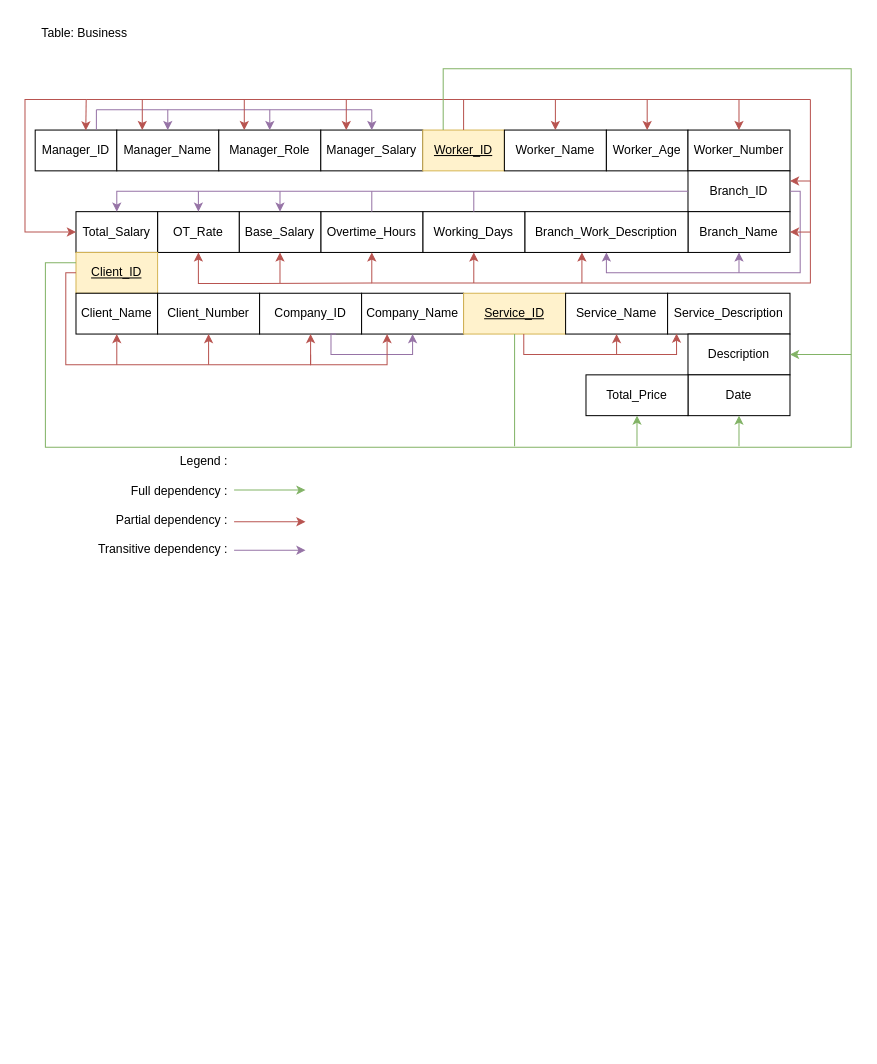
Before: normalizationWIA2001assg.drawio in justn0thinghere/drawio, a draw.io diagram. Source tidied: cells renumbered, new cells numbered last; positions are measured from the earlier drawing's top-left corner, leaving out a move shared by most shapes. Both pictures are drawn from the tidied source at 102%, with x=0, y=0 at pixel (24, 17).
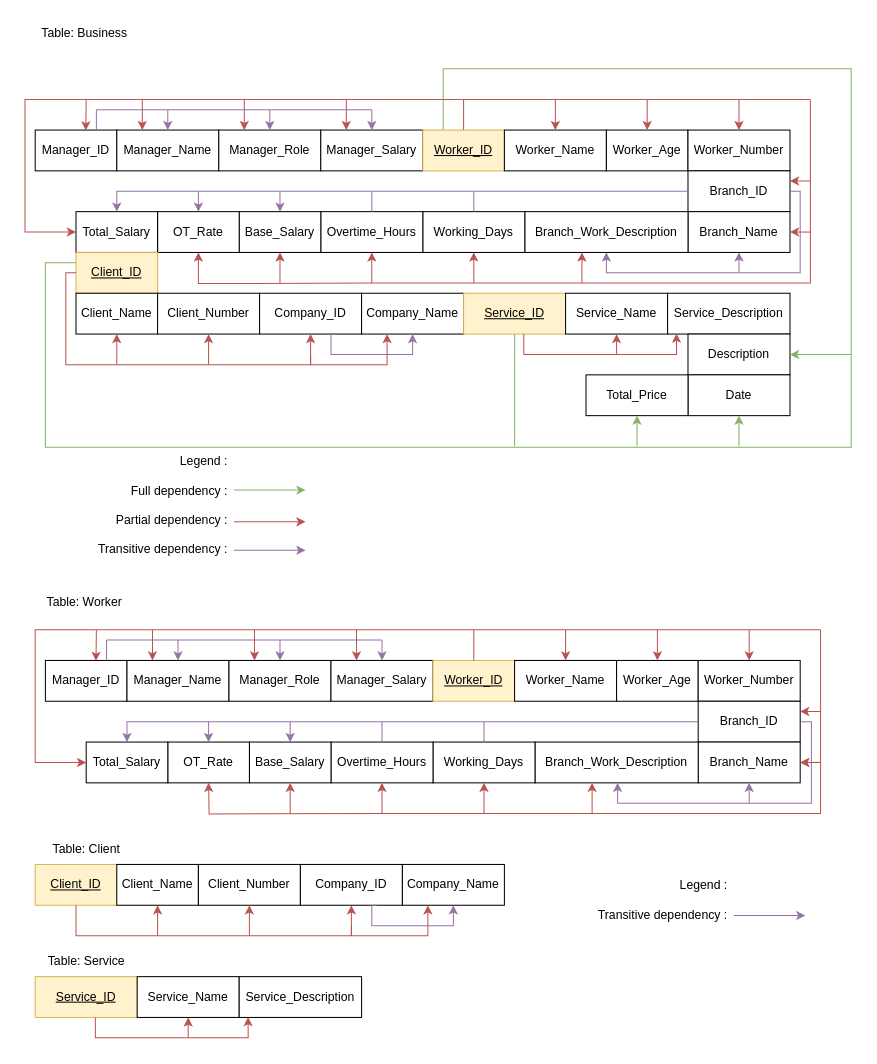
Above is the later version.

The edit, as a diff of the source:
```diff
@@
+    <mxCell id="76" value="Manager_ID" style="rounded=0;whiteSpace=wrap;html=1;" parent="1" vertex="1">
+      <mxGeometry x="20" y="630" width="80" height="40" as="geometry" />
+    </mxCell>
+    <mxCell id="77" value="Manager_Name" style="rounded=0;whiteSpace=wrap;html=1;" parent="1" vertex="1">
+      <mxGeometry x="100" y="630" width="100" height="40" as="geometry" />
+    </mxCell>
+    <mxCell id="78" value="Manager_Role" style="rounded=0;whiteSpace=wrap;html=1;" parent="1" vertex="1">
+      <mxGeometry x="200" y="630" width="100" height="40" as="geometry" />
+    </mxCell>
+    <mxCell id="79" value="Manager_Salary" style="rounded=0;whiteSpace=wrap;html=1;" parent="1" vertex="1">
+      <mxGeometry x="300" y="630" width="100" height="40" as="geometry" />
+    </mxCell>
+    <mxCell id="80" value="&lt;u&gt;Worker_ID&lt;/u&gt;" style="rounded=0;whiteSpace=wrap;html=1;fillColor=#fff2cc;strokeColor=#d6b656;" parent="1" vertex="1">
+      <mxGeometry x="400" y="630" width="80" height="40" as="geometry" />
+    </mxCell>
+    <mxCell id="81" value="Worker_Name" style="rounded=0;whiteSpace=wrap;html=1;" parent="1" vertex="1">
+      <mxGeometry x="480" y="630" width="100" height="40" as="geometry" />
+    </mxCell>
+    <mxCell id="82" value="Worker_Age" style="rounded=0;whiteSpace=wrap;html=1;" parent="1" vertex="1">
+      <mxGeometry x="580" y="630" width="80" height="40" as="geometry" />
+    </mxCell>
+    <mxCell id="83" value="Worker_Number" style="rounded=0;whiteSpace=wrap;html=1;" parent="1" vertex="1">
+      <mxGeometry x="660" y="630" width="100" height="40" as="geometry" />
+    </mxCell>
+    <mxCell id="84" value="Branch_ID" style="rounded=0;whiteSpace=wrap;html=1;" parent="1" vertex="1">
+      <mxGeometry x="660" y="670" width="100" height="40" as="geometry" />
+    </mxCell>
+    <mxCell id="85" value="Branch_Name" style="rounded=0;whiteSpace=wrap;html=1;" parent="1" vertex="1">
+      <mxGeometry x="660" y="710" width="100" height="40" as="geometry" />
+    </mxCell>
+    <mxCell id="86" value="Branch_Work_Description" style="rounded=0;whiteSpace=wrap;html=1;" parent="1" vertex="1">
+      <mxGeometry x="500" y="710" width="160" height="40" as="geometry" />
+    </mxCell>
+    <mxCell id="87" value="Working_Days" style="rounded=0;whiteSpace=wrap;html=1;" parent="1" vertex="1">
+      <mxGeometry x="400" y="710" width="100" height="40" as="geometry" />
+    </mxCell>
+    <mxCell id="88" value="Overtime_Hours" style="rounded=0;whiteSpace=wrap;html=1;" parent="1" vertex="1">
+      <mxGeometry x="300" y="710" width="100" height="40" as="geometry" />
+    </mxCell>
+    <mxCell id="89" value="Base_Salary" style="rounded=0;whiteSpace=wrap;html=1;" parent="1" vertex="1">
+      <mxGeometry x="220" y="710" width="80" height="40" as="geometry" />
+    </mxCell>
+    <mxCell id="90" value="OT_Rate" style="rounded=0;whiteSpace=wrap;html=1;" parent="1" vertex="1">
+      <mxGeometry x="140" y="710" width="80" height="40" as="geometry" />
+    </mxCell>
+    <mxCell id="91" value="Total_Salary" style="rounded=0;whiteSpace=wrap;html=1;" parent="1" vertex="1">
+      <mxGeometry x="60" y="710" width="80" height="40" as="geometry" />
+    </mxCell>
+    <mxCell id="92" style="endArrow=none;html=1;rounded=0;fillColor=#e1d5e7;strokeColor=#9673a6;" parent="1" edge="1">
+      <mxGeometry relative="1" as="geometry">
+        <mxPoint x="80" y="610" as="sourcePoint" />
+        <mxPoint x="350" y="610" as="targetPoint" />
+      </mxGeometry>
+    </mxCell>
+    <mxCell id="93" style="endArrow=none;html=1;rounded=0;fillColor=#e1d5e7;strokeColor=#9673a6;exitX=0.75;exitY=0;exitDx=0;exitDy=0;" parent="1" edge="1" source="76">
+      <mxGeometry relative="1" as="geometry">
+        <mxPoint x="80" y="610" as="targetPoint" />
+      </mxGeometry>
+    </mxCell>
+    <mxCell id="94" style="endArrow=classic;html=1;rounded=0;entryX=0.5;entryY=0;entryDx=0;entryDy=0;fillColor=#e1d5e7;strokeColor=#9673a6;" parent="1" edge="1" target="77">
+      <mxGeometry relative="1" as="geometry">
+        <mxPoint x="150" y="610" as="sourcePoint" />
+      </mxGeometry>
+    </mxCell>
+    <mxCell id="95" style="endArrow=classic;html=1;rounded=0;entryX=0.5;entryY=0;entryDx=0;entryDy=0;fillColor=#e1d5e7;strokeColor=#9673a6;" parent="1" edge="1" target="78">
+      <mxGeometry relative="1" as="geometry">
+        <mxPoint x="250" y="610" as="sourcePoint" />
+      </mxGeometry>
+    </mxCell>
+    <mxCell id="96" style="endArrow=classic;html=1;rounded=0;entryX=0.5;entryY=0;entryDx=0;entryDy=0;fillColor=#e1d5e7;strokeColor=#9673a6;" parent="1" edge="1" target="79">
+      <mxGeometry relative="1" as="geometry">
+        <mxPoint x="350" y="610" as="sourcePoint" />
+      </mxGeometry>
+    </mxCell>
+    <mxCell id="97" style="endArrow=none;html=1;rounded=0;fillColor=#f8cecc;strokeColor=#b85450;" parent="1" edge="1">
+      <mxGeometry relative="1" as="geometry">
+        <mxPoint x="70" y="600" as="sourcePoint" />
+        <mxPoint x="780" y="600" as="targetPoint" />
+      </mxGeometry>
+    </mxCell>
+    <mxCell id="98" style="endArrow=classic;html=1;rounded=0;entryX=0.62;entryY=0.01;entryDx=0;entryDy=0;entryPerimeter=0;fillColor=#f8cecc;strokeColor=#b85450;" parent="1" edge="1" target="76">
+      <mxGeometry relative="1" as="geometry">
+        <mxPoint x="70" y="600" as="sourcePoint" />
+      </mxGeometry>
+    </mxCell>
+    <mxCell id="99" style="endArrow=none;html=1;rounded=0;exitX=0.5;exitY=0;exitDx=0;exitDy=0;fillColor=#f8cecc;strokeColor=#b85450;" parent="1" edge="1" source="80">
+      <mxGeometry relative="1" as="geometry">
+        <mxPoint x="440" y="600" as="targetPoint" />
+      </mxGeometry>
+    </mxCell>
+    <mxCell id="100" style="endArrow=classic;html=1;rounded=0;entryX=0.5;entryY=0;entryDx=0;entryDy=0;fillColor=#f8cecc;strokeColor=#b85450;" parent="1" edge="1" target="81">
+      <mxGeometry relative="1" as="geometry">
+        <mxPoint x="530" y="600" as="sourcePoint" />
+      </mxGeometry>
+    </mxCell>
+    <mxCell id="101" style="endArrow=classic;html=1;rounded=0;entryX=0.5;entryY=0;entryDx=0;entryDy=0;fillColor=#f8cecc;strokeColor=#b85450;" parent="1" edge="1" target="82">
+      <mxGeometry relative="1" as="geometry">
+        <mxPoint x="620" y="600" as="sourcePoint" />
+      </mxGeometry>
+    </mxCell>
+    <mxCell id="102" style="endArrow=classic;html=1;rounded=0;fillColor=#f8cecc;strokeColor=#b85450;" parent="1" edge="1" target="83">
+      <mxGeometry relative="1" as="geometry">
+        <mxPoint x="710" y="600" as="sourcePoint" />
+      </mxGeometry>
+    </mxCell>
+    <mxCell id="103" style="endArrow=classic;html=1;rounded=0;fillColor=#f8cecc;strokeColor=#b85450;edgeStyle=orthogonalEdgeStyle;entryX=1;entryY=0.25;entryDx=0;entryDy=0;" parent="1" edge="1" target="84">
+      <mxGeometry relative="1" as="geometry">
+        <mxPoint x="780" y="600" as="sourcePoint" />
+        <Array as="points">
+          <mxPoint x="780" y="680" />
+        </Array>
+      </mxGeometry>
+    </mxCell>
+    <mxCell id="104" style="endArrow=classic;html=1;rounded=0;entryX=0.5;entryY=0;entryDx=0;entryDy=0;fillColor=#e1d5e7;strokeColor=#9673a6;exitX=0;exitY=0.5;exitDx=0;exitDy=0;edgeStyle=orthogonalEdgeStyle;" parent="1" edge="1" source="84" target="91">
+      <mxGeometry relative="1" as="geometry">
+        <Array as="points">
+          <mxPoint x="100" y="690" />
+        </Array>
+      </mxGeometry>
+    </mxCell>
+    <mxCell id="105" style="endArrow=none;html=1;rounded=0;fillColor=#e1d5e7;strokeColor=#9673a6;" parent="1" edge="1" source="88">
+      <mxGeometry relative="1" as="geometry">
+        <mxPoint x="350" y="690" as="targetPoint" />
+      </mxGeometry>
+    </mxCell>
+    <mxCell id="106" style="endArrow=none;html=1;rounded=0;fillColor=#e1d5e7;strokeColor=#9673a6;exitX=0.5;exitY=0;exitDx=0;exitDy=0;" parent="1" edge="1" source="87">
+      <mxGeometry relative="1" as="geometry">
+        <mxPoint x="450" y="690" as="targetPoint" />
+      </mxGeometry>
+    </mxCell>
+    <mxCell id="107" style="endArrow=classic;html=1;rounded=0;entryX=0.5;entryY=0;entryDx=0;entryDy=0;fillColor=#e1d5e7;strokeColor=#9673a6;" parent="1" edge="1" target="90">
+      <mxGeometry relative="1" as="geometry">
+        <mxPoint x="180" y="690" as="sourcePoint" />
+      </mxGeometry>
+    </mxCell>
+    <mxCell id="108" style="endArrow=classic;html=1;rounded=0;entryX=0.5;entryY=0;entryDx=0;entryDy=0;fillColor=#e1d5e7;strokeColor=#9673a6;" parent="1" edge="1" target="89">
+      <mxGeometry relative="1" as="geometry">
+        <mxPoint x="260" y="690" as="sourcePoint" />
+      </mxGeometry>
+    </mxCell>
+    <mxCell id="109" style="endArrow=classic;html=1;rounded=0;entryX=1;entryY=0.5;entryDx=0;entryDy=0;fillColor=#f8cecc;strokeColor=#b85450;" parent="1" edge="1" target="85">
+      <mxGeometry relative="1" as="geometry">
+        <mxPoint x="780" y="730" as="sourcePoint" />
+      </mxGeometry>
+    </mxCell>
+    <mxCell id="110" style="endArrow=classic;html=1;rounded=0;entryX=0;entryY=0.5;entryDx=0;entryDy=0;edgeStyle=orthogonalEdgeStyle;fillColor=#f8cecc;strokeColor=#b85450;" parent="1" edge="1" target="91">
+      <mxGeometry relative="1" as="geometry">
+        <mxPoint x="70" y="600" as="sourcePoint" />
+        <Array as="points">
+          <mxPoint x="10" y="600" />
+          <mxPoint x="10" y="730" />
+        </Array>
+      </mxGeometry>
+    </mxCell>
+    <mxCell id="111" style="endArrow=classic;html=1;rounded=0;entryX=0.25;entryY=0;entryDx=0;entryDy=0;fillColor=#f8cecc;strokeColor=#b85450;" parent="1" edge="1" target="77">
+      <mxGeometry relative="1" as="geometry">
+        <mxPoint x="125" y="600" as="sourcePoint" />
+      </mxGeometry>
+    </mxCell>
+    <mxCell id="112" style="endArrow=classic;html=1;rounded=0;entryX=0.25;entryY=0;entryDx=0;entryDy=0;fillColor=#f8cecc;strokeColor=#b85450;" parent="1" edge="1" target="78">
+      <mxGeometry relative="1" as="geometry">
+        <mxPoint x="225" y="600" as="sourcePoint" />
+      </mxGeometry>
+    </mxCell>
+    <mxCell id="113" style="endArrow=classic;html=1;rounded=0;entryX=0.25;entryY=0;entryDx=0;entryDy=0;fillColor=#f8cecc;strokeColor=#b85450;" parent="1" edge="1" target="79">
+      <mxGeometry relative="1" as="geometry">
+        <mxPoint x="325" y="600" as="sourcePoint" />
+      </mxGeometry>
+    </mxCell>
+    <mxCell id="114" value="Table: Worker" style="text;html=1;align=center;verticalAlign=middle;strokeColor=none;fillColor=none;" parent="1" vertex="1">
+      <mxGeometry x="8" y="558" width="100" height="30" as="geometry" />
+    </mxCell>
+    <mxCell id="115" style="endArrow=classic;html=1;rounded=0;entryX=0.5;entryY=1;entryDx=0;entryDy=0;fillColor=#e1d5e7;strokeColor=#9673a6;" parent="1" edge="1">
+      <mxGeometry relative="1" as="geometry">
+        <mxPoint x="710" y="770" as="sourcePoint" />
+        <mxPoint x="710" y="750" as="targetPoint" />
+      </mxGeometry>
+    </mxCell>
+    <mxCell id="116" style="endArrow=classic;html=1;rounded=0;entryX=0.5;entryY=1;entryDx=0;entryDy=0;fillColor=#f8cecc;strokeColor=#b85450;" parent="1" edge="1">
+      <mxGeometry relative="1" as="geometry">
+        <mxPoint x="450" y="780" as="sourcePoint" />
+        <mxPoint x="450" y="750" as="targetPoint" />
+      </mxGeometry>
+    </mxCell>
+    <mxCell id="117" style="endArrow=classic;html=1;rounded=0;entryX=1;entryY=0.5;entryDx=0;entryDy=0;fillColor=#f8cecc;strokeColor=#b85450;" parent="1" edge="1">
+      <mxGeometry relative="1" as="geometry">
+        <mxPoint x="780" y="730" as="sourcePoint" />
+        <mxPoint x="760" y="730" as="targetPoint" />
+      </mxGeometry>
+    </mxCell>
+    <mxCell id="118" style="endArrow=classic;html=1;rounded=0;fillColor=#f8cecc;strokeColor=#b85450;" parent="1" edge="1">
+      <mxGeometry relative="1" as="geometry">
+        <mxPoint x="556" y="780" as="sourcePoint" />
+        <mxPoint x="556" y="750" as="targetPoint" />
+      </mxGeometry>
+    </mxCell>
+    <mxCell id="119" style="endArrow=classic;html=1;rounded=0;edgeStyle=orthogonalEdgeStyle;entryX=0.5;entryY=1;entryDx=0;entryDy=0;fillColor=#f8cecc;strokeColor=#b85450;" parent="1" edge="1">
+      <mxGeometry relative="1" as="geometry">
+        <mxPoint x="350" y="780" as="sourcePoint" />
+        <mxPoint x="180" y="750" as="targetPoint" />
+      </mxGeometry>
+    </mxCell>
+    <mxCell id="120" style="endArrow=classic;html=1;rounded=0;entryX=0.5;entryY=1;entryDx=0;entryDy=0;fillColor=#f8cecc;strokeColor=#b85450;" parent="1" edge="1">
+      <mxGeometry relative="1" as="geometry">
+        <mxPoint x="260" y="780" as="sourcePoint" />
+        <mxPoint x="260" y="750" as="targetPoint" />
+      </mxGeometry>
+    </mxCell>
+    <mxCell id="121" style="endArrow=classic;html=1;rounded=0;fillColor=#f8cecc;strokeColor=#b85450;edgeStyle=orthogonalEdgeStyle;entryX=0.5;entryY=1;entryDx=0;entryDy=0;" parent="1" edge="1">
+      <mxGeometry relative="1" as="geometry">
+        <mxPoint x="780" y="680" as="sourcePoint" />
+        <mxPoint x="350" y="750" as="targetPoint" />
+        <Array as="points">
+          <mxPoint x="780" y="780" />
+          <mxPoint x="350" y="780" />
+        </Array>
+      </mxGeometry>
+    </mxCell>
+    <mxCell id="122" style="endArrow=classic;html=1;rounded=0;entryX=0.5;entryY=1;entryDx=0;entryDy=0;fillColor=#e1d5e7;strokeColor=#9673a6;exitX=1;exitY=0.5;exitDx=0;exitDy=0;edgeStyle=orthogonalEdgeStyle;" parent="1" edge="1">
+      <mxGeometry relative="1" as="geometry">
+        <mxPoint x="761" y="690" as="sourcePoint" />
+        <mxPoint x="581" y="750" as="targetPoint" />
+        <Array as="points">
+          <mxPoint x="771" y="690" />
+          <mxPoint x="771" y="770" />
+          <mxPoint x="581" y="770" />
+        </Array>
+      </mxGeometry>
+    </mxCell>
+    <mxCell id="123" value="&lt;u&gt;Client_ID&lt;/u&gt;" style="rounded=0;whiteSpace=wrap;html=1;fillColor=#fff2cc;strokeColor=#d6b656;" parent="1" vertex="1">
+      <mxGeometry x="10" y="830" width="80" height="40" as="geometry" />
+    </mxCell>
+    <mxCell id="124" value="Client_Name" style="rounded=0;whiteSpace=wrap;html=1;" parent="1" vertex="1">
+      <mxGeometry x="90" y="830" width="80" height="40" as="geometry" />
+    </mxCell>
+    <mxCell id="125" value="Client_Number" style="rounded=0;whiteSpace=wrap;html=1;" parent="1" vertex="1">
+      <mxGeometry x="170" y="830" width="100" height="40" as="geometry" />
+    </mxCell>
+    <mxCell id="126" value="Company_ID" style="rounded=0;whiteSpace=wrap;html=1;" parent="1" vertex="1">
+      <mxGeometry x="270" y="830" width="100" height="40" as="geometry" />
+    </mxCell>
+    <mxCell id="127" value="Company_Name" style="rounded=0;whiteSpace=wrap;html=1;" parent="1" vertex="1">
+      <mxGeometry x="370" y="830" width="100" height="40" as="geometry" />
+    </mxCell>
+    <mxCell id="128" style="endArrow=classic;html=1;rounded=0;edgeStyle=orthogonalEdgeStyle;fillColor=#f8cecc;strokeColor=#b85450;exitX=0.5;exitY=1;exitDx=0;exitDy=0;entryX=0.5;entryY=1;entryDx=0;entryDy=0;" parent="1" edge="1" source="123" target="126">
+      <mxGeometry relative="1" as="geometry">
+        <Array as="points">
+          <mxPoint x="50" y="900" />
+          <mxPoint x="320" y="900" />
+        </Array>
+      </mxGeometry>
+    </mxCell>
+    <mxCell id="129" style="endArrow=classic;html=1;rounded=0;entryX=0.5;entryY=1;entryDx=0;entryDy=0;fillColor=#f8cecc;strokeColor=#b85450;" parent="1" edge="1" target="124">
+      <mxGeometry relative="1" as="geometry">
+        <mxPoint x="130" y="900" as="sourcePoint" />
+      </mxGeometry>
+    </mxCell>
+    <mxCell id="130" style="endArrow=classic;html=1;rounded=0;entryX=0.5;entryY=1;entryDx=0;entryDy=0;fillColor=#f8cecc;strokeColor=#b85450;" parent="1" edge="1" target="125">
+      <mxGeometry relative="1" as="geometry">
+        <mxPoint x="220" y="900" as="sourcePoint" />
+      </mxGeometry>
+    </mxCell>
+    <mxCell id="131" style="endArrow=classic;html=1;rounded=0;fillColor=#e1d5e7;strokeColor=#9673a6;edgeStyle=orthogonalEdgeStyle;entryX=0.5;entryY=1;entryDx=0;entryDy=0;exitX=0.75;exitY=1;exitDx=0;exitDy=0;" parent="1" edge="1" source="126" target="127">
+      <mxGeometry relative="1" as="geometry">
+        <Array as="points">
+          <mxPoint x="340" y="870" />
+          <mxPoint x="340" y="890" />
+          <mxPoint x="420" y="890" />
+        </Array>
+      </mxGeometry>
+    </mxCell>
+    <mxCell id="132" style="endArrow=classic;html=1;rounded=0;entryX=0.25;entryY=1;entryDx=0;entryDy=0;edgeStyle=orthogonalEdgeStyle;fillColor=#f8cecc;strokeColor=#b85450;" parent="1" edge="1" target="127">
+      <mxGeometry relative="1" as="geometry">
+        <mxPoint x="320" y="890" as="sourcePoint" />
+        <Array as="points">
+          <mxPoint x="320" y="900" />
+          <mxPoint x="395" y="900" />
+        </Array>
+      </mxGeometry>
+    </mxCell>
+    <mxCell id="133" value="Table: Client" style="text;html=1;align=center;verticalAlign=middle;strokeColor=none;fillColor=none;" parent="1" vertex="1">
+      <mxGeometry x="15" y="800" width="90" height="30" as="geometry" />
+    </mxCell>
+    <mxCell id="134" style="group;" parent="1" vertex="1">
+      <mxGeometry x="540" y="810" width="225" height="110" as="geometry" />
+    </mxCell>
+    <mxCell id="135" value="Legend :&lt;div&gt;&lt;div&gt;&lt;br&gt;&lt;/div&gt;&lt;div&gt;Transitive dependency :&lt;/div&gt;&lt;/div&gt;" style="text;html=1;align=right;verticalAlign=middle;strokeColor=none;fillColor=none;" parent="134" vertex="1">
+      <mxGeometry y="25" width="150" height="60" as="geometry" />
+    </mxCell>
+    <mxCell id="136" style="endArrow=classic;html=1;rounded=0;fillColor=#e1d5e7;strokeColor=#9673a6;" parent="134" edge="1">
+      <mxGeometry relative="1" as="geometry">
+        <mxPoint x="155" y="70" as="sourcePoint" />
+        <mxPoint x="225" y="70" as="targetPoint" />
+      </mxGeometry>
+    </mxCell>
+    <mxCell id="137" value="&lt;u&gt;Service_ID&lt;/u&gt;" style="rounded=0;whiteSpace=wrap;html=1;fillColor=#fff2cc;strokeColor=#d6b656;" parent="1" vertex="1">
+      <mxGeometry x="10" y="940" width="100" height="40" as="geometry" />
+    </mxCell>
+    <mxCell id="138" value="Service_Name" style="rounded=0;whiteSpace=wrap;html=1;" parent="1" vertex="1">
+      <mxGeometry x="110" y="940" width="100" height="40" as="geometry" />
+    </mxCell>
+    <mxCell id="139" value="Service_Description" style="rounded=0;whiteSpace=wrap;html=1;" parent="1" vertex="1">
+      <mxGeometry x="210" y="940" width="120" height="40" as="geometry" />
+    </mxCell>
+    <mxCell id="140" style="endArrow=classic;html=1;rounded=0;edgeStyle=orthogonalEdgeStyle;fillColor=#f8cecc;strokeColor=#b85450;entryX=0.073;entryY=0.99;entryDx=0;entryDy=0;entryPerimeter=0;" parent="1" edge="1" target="139">
+      <mxGeometry relative="1" as="geometry">
+        <mxPoint x="69" y="980" as="sourcePoint" />
+        <Array as="points">
+          <mxPoint x="69" y="1000" />
+          <mxPoint x="219" y="1000" />
+        </Array>
+      </mxGeometry>
+    </mxCell>
+    <mxCell id="141" style="endArrow=classic;html=1;rounded=0;fillColor=#f8cecc;strokeColor=#b85450;entryX=0.5;entryY=1;entryDx=0;entryDy=0;" parent="1" edge="1" target="138">
+      <mxGeometry relative="1" as="geometry">
+        <mxPoint x="160" y="1000" as="sourcePoint" />
+      </mxGeometry>
+    </mxCell>
+    <mxCell id="142" value="Table: Service" style="text;html=1;align=center;verticalAlign=middle;strokeColor=none;fillColor=none;" parent="1" vertex="1">
+      <mxGeometry x="10" y="910" width="100" height="30" as="geometry" />
+    </mxCell>
```
